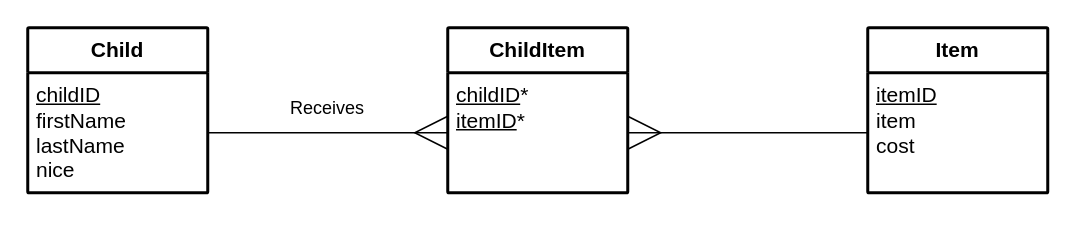
Above: page "Higher" (2 of 2) of n5/ddd/N5-DDD-Santa-Gifts/assets/Diagrams/N5 DDD Santa.drawio in MrFriendCS/MrFriendCS.github.io (draw.io), before the change. Source tidied: cells renumbered, new cells numbered last; positions are measured from the earlier drawing's top-left corner, leaving out a move shared by most shapes. Both pictures are drawn from the tidied source at 150%, with x=0, y=0 at pixel (27, 27).
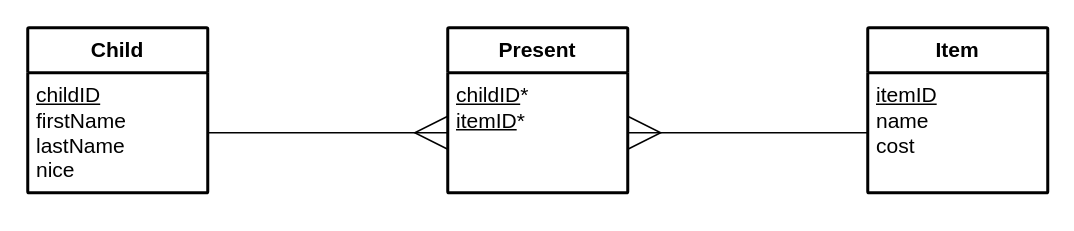
The same page after the edit.

The edit, as a diff of the source:
```diff
@@
 <mxGraphModel>
   <root>
     <mxCell id="0" />
     <mxCell id="1" parent="0" />
     <mxCell id="2" value="&lt;b&gt;Child&lt;/b&gt;" style="swimlane;horizontal=1;startSize=30;rounded=1;fontSize=14;fontStyle=0;strokeWidth=2;shadow=0;dashed=0;align=center;arcSize=1;whiteSpace=wrap;html=1;fillColor=none;" parent="1" vertex="1">
       <mxGeometry width="120" height="110" as="geometry" />
     </mxCell>
     <mxCell id="3" value="&lt;font style=&quot;font-size: 14px;&quot;&gt;&lt;u style=&quot;&quot;&gt;childID&lt;/u&gt;&lt;br&gt;firstName&lt;br&gt;lastName&lt;br&gt;nice&lt;/font&gt;" style="align=left;strokeColor=none;fillColor=none;spacingLeft=4;fontSize=12;verticalAlign=top;html=1;" parent="2" vertex="1">
       <mxGeometry y="30" width="120" height="80" as="geometry" />
     </mxCell>
     <mxCell id="4" style="edgeStyle=orthogonalEdgeStyle;rounded=0;orthogonalLoop=1;jettySize=auto;html=1;exitX=0.5;exitY=1;exitDx=0;exitDy=0;" parent="2" edge="1" source="3" target="3">
       <mxGeometry relative="1" as="geometry" />
     </mxCell>
-    <mxCell id="5" value="&lt;b&gt;ChildItem&lt;/b&gt;" style="swimlane;horizontal=1;startSize=30;rounded=1;fontSize=14;fontStyle=0;strokeWidth=2;shadow=0;dashed=0;align=center;arcSize=1;whiteSpace=wrap;html=1;fillColor=none;" parent="1" vertex="1">
+    <mxCell id="5" value="&lt;b&gt;Present&lt;/b&gt;" style="swimlane;horizontal=1;startSize=30;rounded=1;fontSize=14;fontStyle=0;strokeWidth=2;shadow=0;dashed=0;align=center;arcSize=1;whiteSpace=wrap;html=1;fillColor=none;" parent="1" vertex="1">
       <mxGeometry x="280" width="120" height="110" as="geometry" />
     </mxCell>
     <mxCell id="6" value="&lt;font style=&quot;font-size: 14px;&quot;&gt;&lt;u style=&quot;&quot;&gt;childID&lt;/u&gt;*&lt;br&gt;&lt;u&gt;itemID&lt;/u&gt;*&lt;br&gt;&lt;br&gt;&lt;/font&gt;" style="align=left;strokeColor=none;fillColor=none;spacingLeft=4;fontSize=12;verticalAlign=top;html=1;" parent="5" vertex="1">
       <mxGeometry y="30" width="120" height="80" as="geometry" />
     </mxCell>
     <mxCell id="7" style="rounded=0;jettySize=auto;html=1;exitX=1;exitY=0.5;exitDx=0;exitDy=0;entryX=0;entryY=0.5;entryDx=0;entryDy=0;endArrow=ERmany;endFill=0;endSize=20;" parent="1" edge="1" source="3" target="6">
       <mxGeometry relative="1" as="geometry" />
     </mxCell>
-    <mxCell id="8" value="Receives" style="text;html=1;align=center;verticalAlign=middle;whiteSpace=wrap;rounded=0;" parent="1" vertex="1">
-      <mxGeometry x="170" y="39" width="60" height="30" as="geometry" />
-    </mxCell>
     <mxCell id="9" value="&lt;b&gt;Item&lt;/b&gt;" style="swimlane;horizontal=1;startSize=30;rounded=1;fontSize=14;fontStyle=0;strokeWidth=2;shadow=0;dashed=0;align=center;arcSize=1;whiteSpace=wrap;html=1;fillColor=none;" parent="1" vertex="1">
       <mxGeometry x="560" width="120" height="110" as="geometry" />
     </mxCell>
-    <mxCell id="10" value="&lt;font style=&quot;font-size: 14px;&quot;&gt;&lt;u style=&quot;&quot;&gt;itemID&lt;/u&gt;&lt;br&gt;item&lt;/font&gt;&lt;div&gt;&lt;font style=&quot;font-size: 14px;&quot;&gt;cost&lt;/font&gt;&lt;/div&gt;" style="align=left;strokeColor=none;fillColor=none;spacingLeft=4;fontSize=12;verticalAlign=top;html=1;" parent="9" vertex="1">
+    <mxCell id="10" value="&lt;font style=&quot;font-size: 14px;&quot;&gt;&lt;u style=&quot;&quot;&gt;itemID&lt;/u&gt;&lt;br&gt;name&lt;br&gt;&lt;/font&gt;&lt;div&gt;&lt;font style=&quot;font-size: 14px;&quot;&gt;cost&lt;/font&gt;&lt;/div&gt;" style="align=left;strokeColor=none;fillColor=none;spacingLeft=4;fontSize=12;verticalAlign=top;html=1;" parent="9" vertex="1">
       <mxGeometry y="30" width="120" height="80" as="geometry" />
     </mxCell>
     <mxCell id="11" style="endArrow=none;html=1;rounded=0;entryX=0;entryY=0.5;entryDx=0;entryDy=0;startArrow=ERmany;startFill=0;startSize=20;" parent="1" edge="1" target="10">
       <mxGeometry relative="1" as="geometry">
         <mxPoint x="400" y="70" as="sourcePoint" />
       </mxGeometry>
     </mxCell>
   </root>
 </mxGraphModel>
```
